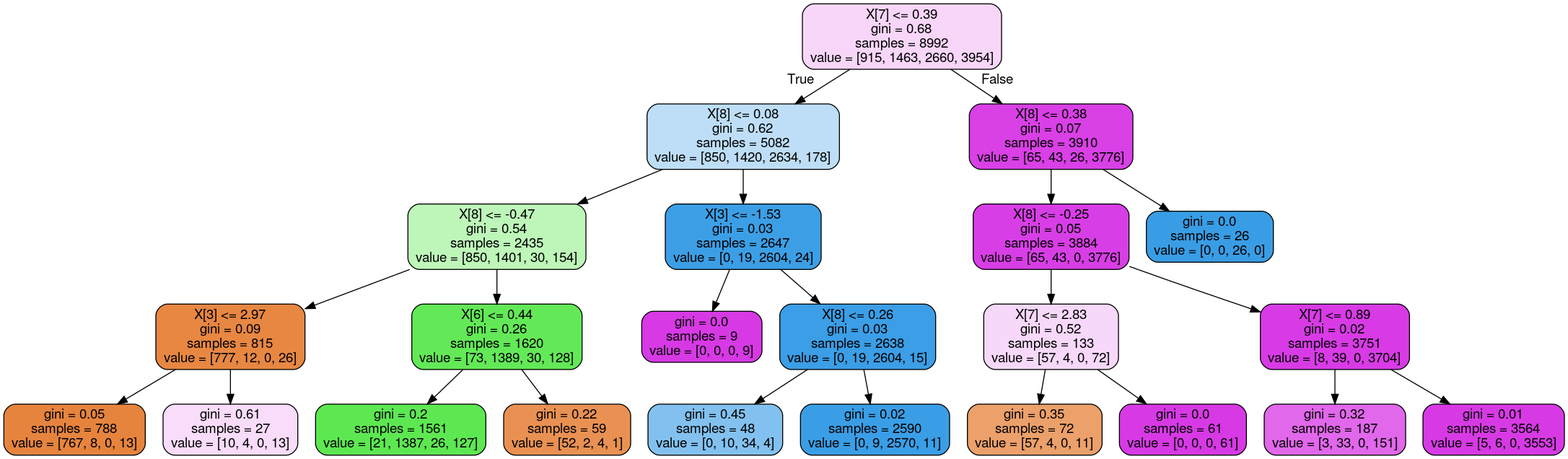
Earlier version of the Graphviz export tree.png (ericaltenburg/TXStateREU). Its source is kept beside it as tree.dot.
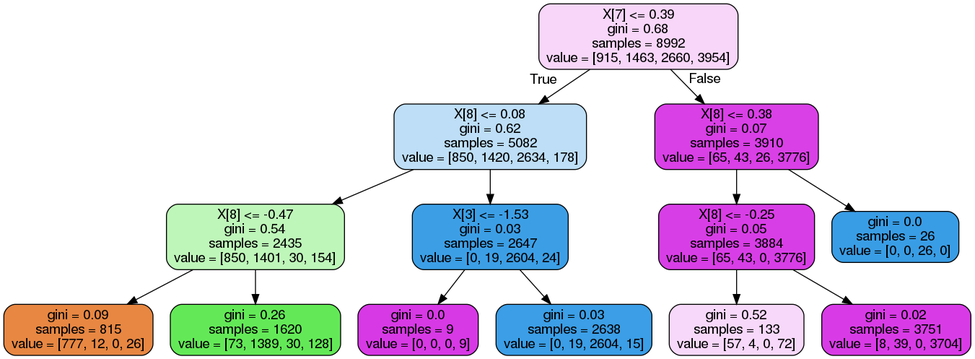
The same diagram one commit later.

Diff of the diagram source:
```diff
@@ -6,44 +6,24 @@
 0 -> 1 [labeldistance=2.5, labelangle=45, headlabel="True"] ;
 2 [label="X[8] <= -0.47\ngini = 0.54\nsamples = 2435\nvalue = [850, 1401, 30, 154]", fillcolor="#47e53959"] ;
 1 -> 2 ;
-3 [label="X[3] <= 2.97\ngini = 0.09\nsamples = 815\nvalue = [777, 12, 0, 26]", fillcolor="#e58139f3"] ;
+3 [label="gini = 0.09\nsamples = 815\nvalue = [777, 12, 0, 26]", fillcolor="#e58139f3"] ;
 2 -> 3 ;
-4 [label="gini = 0.05\nsamples = 788\nvalue = [767, 8, 0, 13]", fillcolor="#e58139f8"] ;
-3 -> 4 ;
-5 [label="gini = 0.61\nsamples = 27\nvalue = [10, 4, 0, 13]", fillcolor="#d739e52d"] ;
-3 -> 5 ;
-6 [label="X[6] <= 0.44\ngini = 0.26\nsamples = 1620\nvalue = [73, 1389, 30, 128]", fillcolor="#47e539d8"] ;
-2 -> 6 ;
-7 [label="gini = 0.2\nsamples = 1561\nvalue = [21, 1387, 26, 127]", fillcolor="#47e539e0"] ;
-6 -> 7 ;
-8 [label="gini = 0.22\nsamples = 59\nvalue = [52, 2, 4, 1]", fillcolor="#e58139df"] ;
-6 -> 8 ;
-9 [label="X[3] <= -1.53\ngini = 0.03\nsamples = 2647\nvalue = [0, 19, 2604, 24]", fillcolor="#399de5fb"] ;
-1 -> 9 ;
-10 [label="gini = 0.0\nsamples = 9\nvalue = [0, 0, 0, 9]", fillcolor="#d739e5ff"] ;
+4 [label="gini = 0.26\nsamples = 1620\nvalue = [73, 1389, 30, 128]", fillcolor="#47e539d8"] ;
+2 -> 4 ;
+5 [label="X[3] <= -1.53\ngini = 0.03\nsamples = 2647\nvalue = [0, 19, 2604, 24]", fillcolor="#399de5fb"] ;
+1 -> 5 ;
+6 [label="gini = 0.0\nsamples = 9\nvalue = [0, 0, 0, 9]", fillcolor="#d739e5ff"] ;
+5 -> 6 ;
+7 [label="gini = 0.03\nsamples = 2638\nvalue = [0, 19, 2604, 15]", fillcolor="#399de5fc"] ;
+5 -> 7 ;
+8 [label="X[8] <= 0.38\ngini = 0.07\nsamples = 3910\nvalue = [65, 43, 26, 3776]", fillcolor="#d739e5f6"] ;
+0 -> 8 [labeldistance=2.5, labelangle=-45, headlabel="False"] ;
+9 [label="X[8] <= -0.25\ngini = 0.05\nsamples = 3884\nvalue = [65, 43, 0, 3776]", fillcolor="#d739e5f8"] ;
+8 -> 9 ;
+10 [label="gini = 0.52\nsamples = 133\nvalue = [57, 4, 0, 72]", fillcolor="#d739e532"] ;
 9 -> 10 ;
-11 [label="X[8] <= 0.26\ngini = 0.03\nsamples = 2638\nvalue = [0, 19, 2604, 15]", fillcolor="#399de5fc"] ;
+11 [label="gini = 0.02\nsamples = 3751\nvalue = [8, 39, 0, 3704]", fillcolor="#d739e5fc"] ;
 9 -> 11 ;
-12 [label="gini = 0.45\nsamples = 48\nvalue = [0, 10, 34, 4]", fillcolor="#399de5a1"] ;
-11 -> 12 ;
-13 [label="gini = 0.02\nsamples = 2590\nvalue = [0, 9, 2570, 11]", fillcolor="#399de5fd"] ;
-11 -> 13 ;
-14 [label="X[8] <= 0.38\ngini = 0.07\nsamples = 3910\nvalue = [65, 43, 26, 3776]", fillcolor="#d739e5f6"] ;
-0 -> 14 [labeldistance=2.5, labelangle=-45, headlabel="False"] ;
-15 [label="X[8] <= -0.25\ngini = 0.05\nsamples = 3884\nvalue = [65, 43, 0, 3776]", fillcolor="#d739e5f8"] ;
-14 -> 15 ;
-16 [label="X[7] <= 2.83\ngini = 0.52\nsamples = 133\nvalue = [57, 4, 0, 72]", fillcolor="#d739e532"] ;
-15 -> 16 ;
-17 [label="gini = 0.35\nsamples = 72\nvalue = [57, 4, 0, 11]", fillcolor="#e58139c0"] ;
-16 -> 17 ;
-18 [label="gini = 0.0\nsamples = 61\nvalue = [0, 0, 0, 61]", fillcolor="#d739e5ff"] ;
-16 -> 18 ;
-19 [label="X[7] <= 0.89\ngini = 0.02\nsamples = 3751\nvalue = [8, 39, 0, 3704]", fillcolor="#d739e5fc"] ;
-15 -> 19 ;
-20 [label="gini = 0.32\nsamples = 187\nvalue = [3, 33, 0, 151]", fillcolor="#d739e5c3"] ;
-19 -> 20 ;
-21 [label="gini = 0.01\nsamples = 3564\nvalue = [5, 6, 0, 3553]", fillcolor="#d739e5fe"] ;
-19 -> 21 ;
-22 [label="gini = 0.0\nsamples = 26\nvalue = [0, 0, 26, 0]", fillcolor="#399de5ff"] ;
-14 -> 22 ;
+12 [label="gini = 0.0\nsamples = 26\nvalue = [0, 0, 26, 0]", fillcolor="#399de5ff"] ;
+8 -> 12 ;
 }
```
